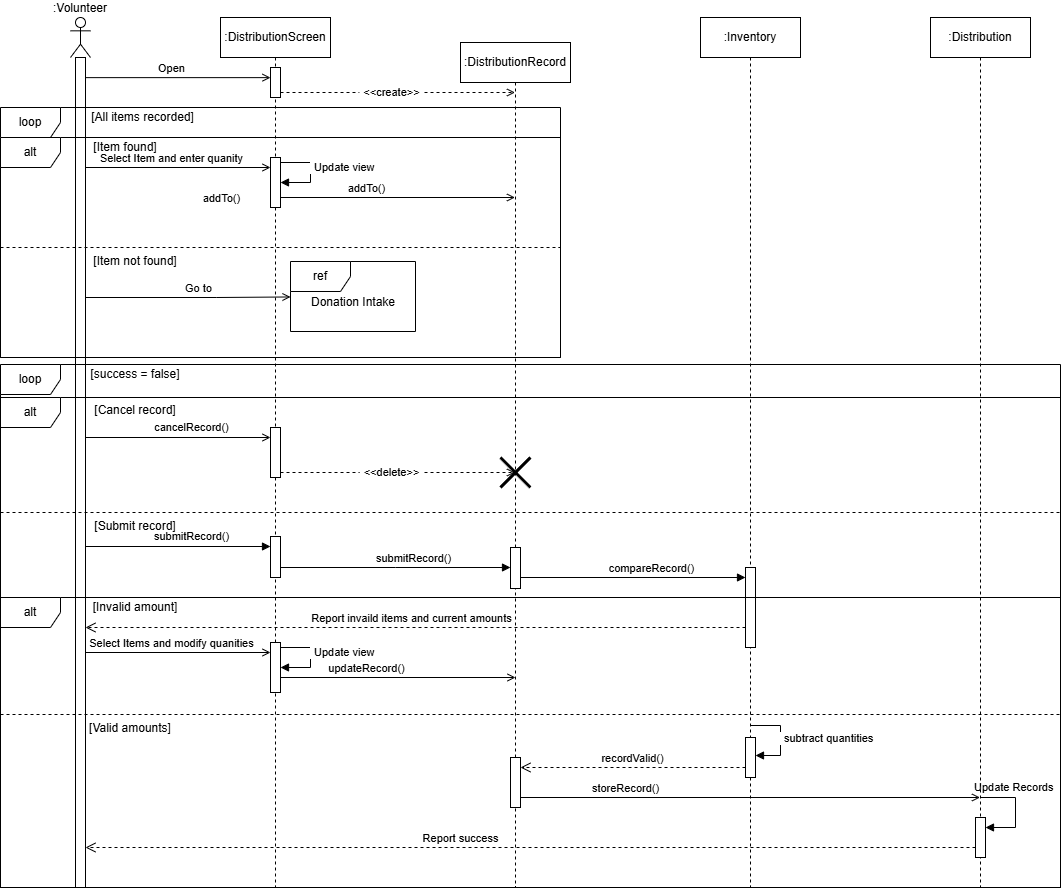
The draw.io diagram Documentation/Diagrams/Sequence/Case8-seq.png in Abdull-Abraheem/CS350FinalProject, before a commit. Source tidied: cells renumbered, new cells last; positions are measured from the earlier drawing's top-left corner, leaving out a move shared by most shapes.
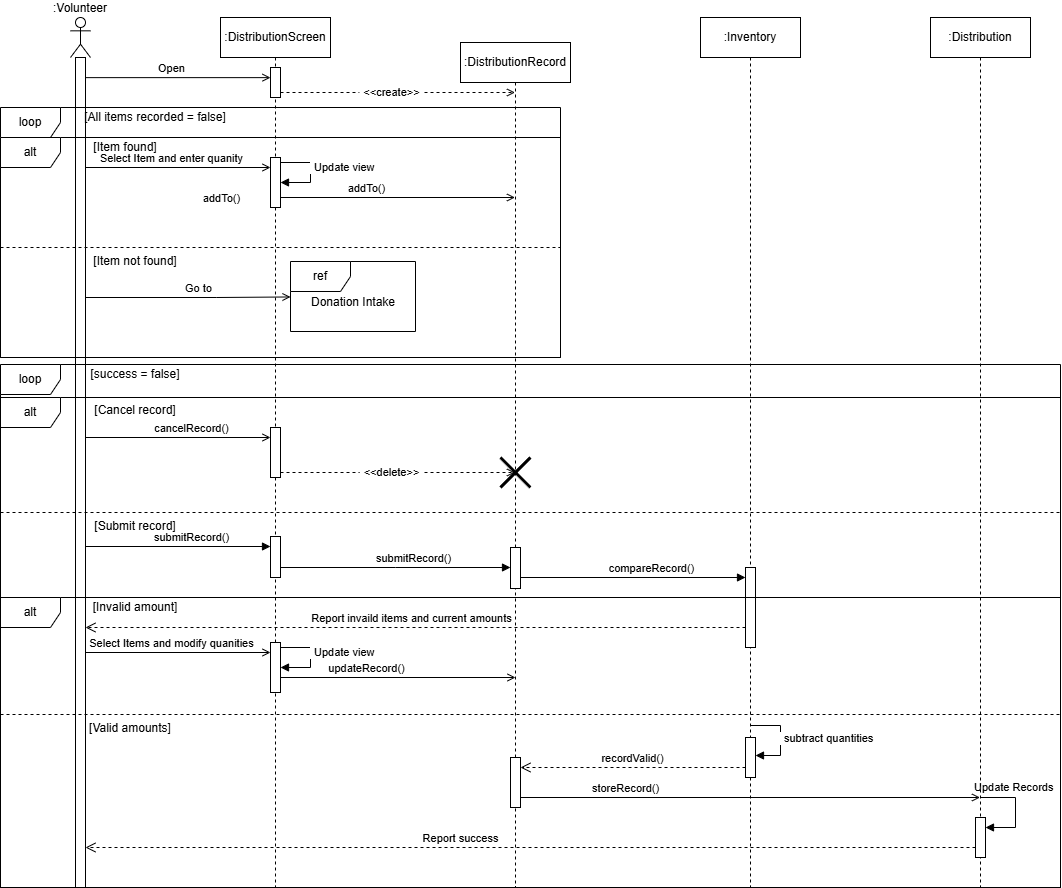
After the commit.

Commit message:
Fixed Case 8 Sequence diagram

The edit, as a diff of the source:
```diff
@@ -331,8 +331,8 @@
     <mxCell id="70" value="[success = false]" style="text;html=1;whiteSpace=wrap;strokeColor=none;fillColor=none;align=center;verticalAlign=middle;rounded=0;" parent="1" vertex="1">
       <mxGeometry x="80" y="347" width="110" height="20" as="geometry" />
     </mxCell>
-    <mxCell id="71" value="[All items recorded]" style="text;html=1;whiteSpace=wrap;strokeColor=none;fillColor=none;align=center;verticalAlign=middle;rounded=0;" parent="1" vertex="1">
-      <mxGeometry x="80" y="90" width="125" height="20" as="geometry" />
+    <mxCell id="71" value="[All items recorded = false]" style="text;html=1;whiteSpace=wrap;strokeColor=none;fillColor=none;align=center;verticalAlign=middle;rounded=0;" parent="1" vertex="1">
+      <mxGeometry x="80" y="90" width="150" height="20" as="geometry" />
     </mxCell>
   </root>
 </mxGraphModel>
```
